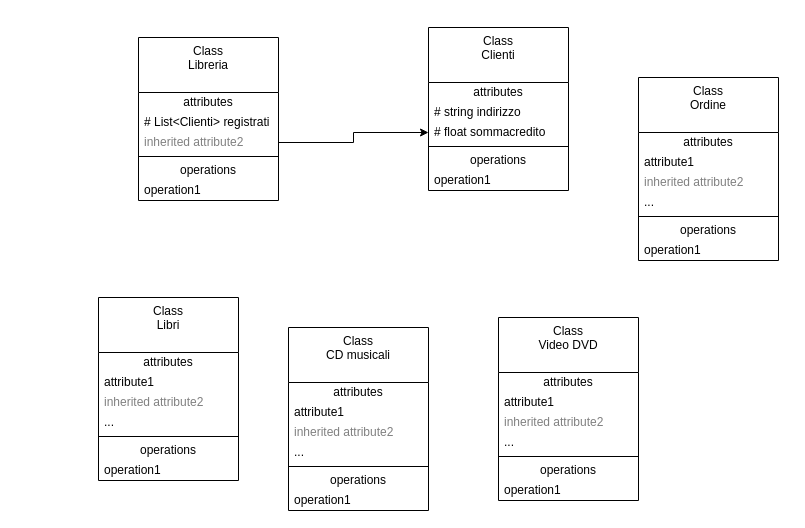
Above: Diagramma senza titolo.drawio in LuciaFornasier/luciafrornasieres8 (draw.io), before the change. Source tidied: cells renumbered, new cells numbered last; positions are measured from the earlier drawing's top-left corner, leaving out a move shared by most shapes. Both pictures are drawn from the tidied source at 100%, with x=0, y=0 at pixel (98, 27).
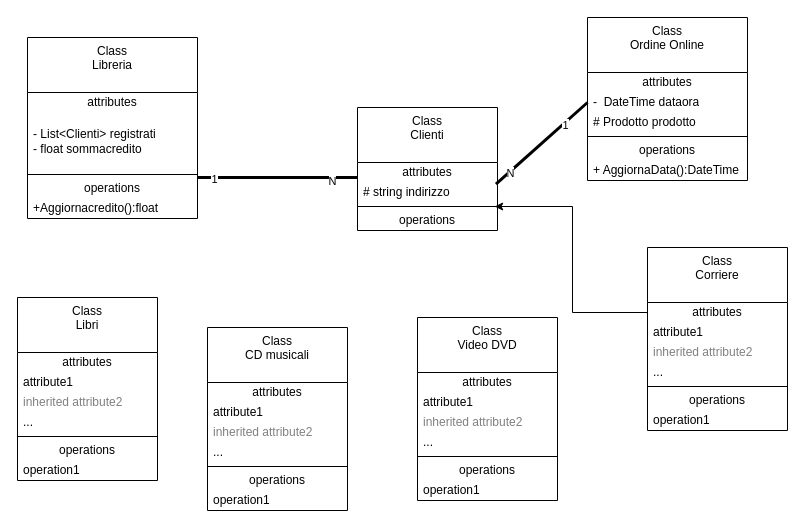
The same diagram, later.

Unchanged cells that the change refers to:
```xml
<mxCell id="11" value="# string indirizzo" style="text;html=1;strokeColor=none;fillColor=none;align=left;verticalAlign=middle;spacingLeft=4;spacingRight=4;overflow=hidden;points=[[0,0.5],[1,0.5]];portConstraint=eastwest;whiteSpace=wrap;" parent="9" vertex="1">
  <mxGeometry y="75" width="140" height="20" as="geometry" />
</mxCell>
```

What changed in the source:
```diff
@@
     <mxCell id="2" value="Class&lt;div&gt;Libreria&lt;/div&gt;" style="swimlane;fontStyle=0;align=center;verticalAlign=top;horizontal=1;startSize=55;html=1;whiteSpace=wrap;" parent="1" vertex="1">
-      <mxGeometry x="40" y="10" width="140" height="163" as="geometry" />
+      <mxGeometry x="-71" y="10" width="170" height="181" as="geometry" />
     </mxCell>
     <mxCell id="3" value="attributes" style="text;html=1;strokeColor=none;fillColor=none;align=center;verticalAlign=middle;spacingLeft=4;spacingRight=4;overflow=hidden;whiteSpace=wrap;" parent="2" vertex="1">
-      <mxGeometry y="55" width="140" height="20" as="geometry" />
+      <mxGeometry y="55" width="170" height="20" as="geometry" />
     </mxCell>
-    <mxCell id="4" value="# List&amp;lt;Clienti&amp;gt; registrati&lt;div&gt;&lt;br&gt;&lt;/div&gt;" style="text;html=1;strokeColor=none;fillColor=none;align=left;verticalAlign=middle;spacingLeft=4;spacingRight=4;overflow=hidden;whiteSpace=wrap;" parent="2" vertex="1">
-      <mxGeometry y="75" width="140" height="20" as="geometry" />
+    <mxCell id="4" value="- List&amp;lt;Clienti&amp;gt; registrati&lt;div&gt;- float sommacredito&lt;/div&gt;" style="text;html=1;strokeColor=none;fillColor=none;align=left;verticalAlign=middle;spacingLeft=4;spacingRight=4;overflow=hidden;whiteSpace=wrap;" parent="2" vertex="1">
+      <mxGeometry y="75" width="170" height="58" as="geometry" />
     </mxCell>
-    <mxCell id="5" value="inherited attribute2" style="text;html=1;strokeColor=none;fillColor=none;align=left;verticalAlign=middle;spacingLeft=4;spacingRight=4;overflow=hidden;points=[[0,0.5],[1,0.5]];portConstraint=eastwest;fontColor=#808080;whiteSpace=wrap;" parent="2" vertex="1">
-      <mxGeometry y="95" width="140" height="20" as="geometry" />
-    </mxCell>
     <mxCell id="6" style="line;strokeWidth=1;fillColor=none;align=left;verticalAlign=middle;spacingTop=-1;spacingLeft=3;spacingRight=3;labelPosition=right;" parent="2" vertex="1">
-      <mxGeometry y="115" width="140" height="8" as="geometry" />
+      <mxGeometry y="133" width="170" height="8" as="geometry" />
     </mxCell>
     <mxCell id="7" value="operations" style="text;html=1;strokeColor=none;fillColor=none;align=center;verticalAlign=middle;spacingLeft=4;spacingRight=4;overflow=hidden;whiteSpace=wrap;" parent="2" vertex="1">
-      <mxGeometry y="123" width="140" height="20" as="geometry" />
+      <mxGeometry y="141" width="170" height="20" as="geometry" />
     </mxCell>
-    <mxCell id="8" value="operation1" style="text;html=1;strokeColor=none;fillColor=none;align=left;verticalAlign=middle;spacingLeft=4;spacingRight=4;overflow=hidden;whiteSpace=wrap;" parent="2" vertex="1">
-      <mxGeometry y="143" width="140" height="20" as="geometry" />
+    <mxCell id="8" value="+Aggiornacredito():float" style="text;html=1;strokeColor=none;fillColor=none;align=left;verticalAlign=middle;spacingLeft=4;spacingRight=4;overflow=hidden;whiteSpace=wrap;" parent="2" vertex="1">
+      <mxGeometry y="161" width="170" height="20" as="geometry" />
     </mxCell>
     <mxCell id="9" value="Class&lt;div&gt;Clienti&lt;/div&gt;" style="swimlane;fontStyle=0;align=center;verticalAlign=top;horizontal=1;startSize=55;html=1;whiteSpace=wrap;" parent="1" vertex="1">
-      <mxGeometry x="330" width="140" height="163" as="geometry" />
+      <mxGeometry x="259" y="80" width="140" height="123" as="geometry" />
     </mxCell>
@@
-    <mxCell id="12" value="# float sommacredito" style="text;html=1;strokeColor=none;fillColor=none;align=left;verticalAlign=middle;spacingLeft=4;spacingRight=4;overflow=hidden;points=[[0,0.5],[1,0.5]];portConstraint=eastwest;whiteSpace=wrap;" parent="9" vertex="1">
-      <mxGeometry y="95" width="140" height="20" as="geometry" />
-    </mxCell>
     <mxCell id="13" style="line;strokeWidth=1;fillColor=none;align=left;verticalAlign=middle;spacingTop=-1;spacingLeft=3;spacingRight=3;labelPosition=right;" parent="9" vertex="1">
-      <mxGeometry y="115" width="140" height="8" as="geometry" />
+      <mxGeometry y="95" width="140" height="8" as="geometry" />
     </mxCell>
     <mxCell id="14" value="operations" style="text;html=1;strokeColor=none;fillColor=none;align=center;verticalAlign=middle;spacingLeft=4;spacingRight=4;overflow=hidden;points=[[0,0.5],[1,0.5]];portConstraint=eastwest;whiteSpace=wrap;" parent="9" vertex="1">
-      <mxGeometry y="123" width="140" height="20" as="geometry" />
+      <mxGeometry y="103" width="140" height="20" as="geometry" />
     </mxCell>
-    <mxCell id="15" value="operation1" style="text;html=1;strokeColor=none;fillColor=none;align=left;verticalAlign=middle;spacingLeft=4;spacingRight=4;overflow=hidden;whiteSpace=wrap;" parent="9" vertex="1">
-      <mxGeometry y="143" width="140" height="20" as="geometry" />
-    </mxCell>
-    <mxCell id="16" style="edgeStyle=orthogonalEdgeStyle;rounded=0;jettySize=auto;html=1;entryX=0;entryY=0.5;entryDx=0;entryDy=0;" parent="1" edge="1" source="5" target="12">
-      <mxGeometry relative="1" as="geometry" />
-    </mxCell>
     <mxCell id="17" value="Class&lt;div&gt;Libri&lt;/div&gt;" style="swimlane;fontStyle=0;align=center;verticalAlign=top;horizontal=1;startSize=55;html=1;whiteSpace=wrap;" parent="1" vertex="1">
-      <mxGeometry y="270" width="140" height="183" as="geometry" />
+      <mxGeometry x="-81" y="270" width="140" height="183" as="geometry" />
     </mxCell>
@@
     <mxCell id="25" value="Class&lt;div&gt;CD musicali&lt;/div&gt;" style="swimlane;fontStyle=0;align=center;verticalAlign=top;horizontal=1;startSize=55;html=1;whiteSpace=wrap;" parent="1" vertex="1">
-      <mxGeometry x="190" y="300" width="140" height="183" as="geometry" />
+      <mxGeometry x="109" y="300" width="140" height="183" as="geometry" />
     </mxCell>
@@
     <mxCell id="33" value="Class&lt;div&gt;Video DVD&lt;/div&gt;" style="swimlane;fontStyle=0;align=center;verticalAlign=top;horizontal=1;startSize=55;html=1;whiteSpace=wrap;" parent="1" vertex="1">
-      <mxGeometry x="400" y="290" width="140" height="183" as="geometry" />
+      <mxGeometry x="319" y="290" width="140" height="183" as="geometry" />
     </mxCell>
@@
-    <mxCell id="41" value="Class&lt;div&gt;Ordine&lt;/div&gt;" style="swimlane;fontStyle=0;align=center;verticalAlign=top;horizontal=1;startSize=55;html=1;whiteSpace=wrap;" parent="1" vertex="1">
-      <mxGeometry x="540" y="50" width="140" height="183" as="geometry" />
+    <mxCell id="41" value="Class&lt;div&gt;Ordine Online&lt;/div&gt;" style="swimlane;fontStyle=0;align=center;verticalAlign=top;horizontal=1;startSize=55;html=1;whiteSpace=wrap;" parent="1" vertex="1">
+      <mxGeometry x="489" y="-10" width="160" height="163" as="geometry" />
     </mxCell>
     <mxCell id="42" value="attributes" style="text;html=1;strokeColor=none;fillColor=none;align=center;verticalAlign=middle;spacingLeft=4;spacingRight=4;overflow=hidden;whiteSpace=wrap;" parent="41" vertex="1">
-      <mxGeometry y="55" width="140" height="20" as="geometry" />
+      <mxGeometry y="55" width="160" height="20" as="geometry" />
     </mxCell>
-    <mxCell id="43" value="attribute1" style="text;html=1;strokeColor=none;fillColor=none;align=left;verticalAlign=middle;spacingLeft=4;spacingRight=4;overflow=hidden;points=[[0,0.5],[1,0.5]];portConstraint=eastwest;whiteSpace=wrap;" parent="41" vertex="1">
-      <mxGeometry y="75" width="140" height="20" as="geometry" />
+    <mxCell id="43" value="-&amp;nbsp; DateTime dataora" style="text;html=1;strokeColor=none;fillColor=none;align=left;verticalAlign=middle;spacingLeft=4;spacingRight=4;overflow=hidden;points=[[0,0.5],[1,0.5]];portConstraint=eastwest;whiteSpace=wrap;" parent="41" vertex="1">
+      <mxGeometry y="75" width="160" height="20" as="geometry" />
     </mxCell>
-    <mxCell id="44" value="inherited attribute2" style="text;html=1;strokeColor=none;fillColor=none;align=left;verticalAlign=middle;spacingLeft=4;spacingRight=4;overflow=hidden;fontColor=#808080;whiteSpace=wrap;" parent="41" vertex="1">
-      <mxGeometry y="95" width="140" height="20" as="geometry" />
-    </mxCell>
-    <mxCell id="45" value="..." style="text;html=1;strokeColor=none;fillColor=none;align=left;verticalAlign=middle;spacingLeft=4;spacingRight=4;overflow=hidden;whiteSpace=wrap;" parent="41" vertex="1">
-      <mxGeometry y="115" width="140" height="20" as="geometry" />
+    <mxCell id="45" value="# Prodotto prodotto&lt;div&gt;&lt;br&gt;&lt;/div&gt;" style="text;html=1;strokeColor=none;fillColor=none;align=left;verticalAlign=middle;spacingLeft=4;spacingRight=4;overflow=hidden;whiteSpace=wrap;" parent="41" vertex="1">
+      <mxGeometry y="95" width="160" height="20" as="geometry" />
     </mxCell>
     <mxCell id="46" style="line;strokeWidth=1;fillColor=none;align=left;verticalAlign=middle;spacingTop=-1;spacingLeft=3;spacingRight=3;labelPosition=right;" parent="41" vertex="1">
-      <mxGeometry y="135" width="140" height="8" as="geometry" />
+      <mxGeometry y="115" width="160" height="8" as="geometry" />
     </mxCell>
     <mxCell id="47" value="operations" style="text;html=1;strokeColor=none;fillColor=none;align=center;verticalAlign=middle;spacingLeft=4;spacingRight=4;overflow=hidden;whiteSpace=wrap;" parent="41" vertex="1">
-      <mxGeometry y="143" width="140" height="20" as="geometry" />
+      <mxGeometry y="123" width="160" height="20" as="geometry" />
     </mxCell>
-    <mxCell id="48" value="operation1" style="text;html=1;strokeColor=none;fillColor=none;align=left;verticalAlign=middle;spacingLeft=4;spacingRight=4;overflow=hidden;whiteSpace=wrap;" parent="41" vertex="1">
-      <mxGeometry y="163" width="140" height="20" as="geometry" />
+    <mxCell id="48" value="+ AggiornaData():DateTime" style="text;html=1;strokeColor=none;fillColor=none;align=left;verticalAlign=middle;spacingLeft=4;spacingRight=4;overflow=hidden;whiteSpace=wrap;" parent="41" vertex="1">
+      <mxGeometry y="143" width="160" height="20" as="geometry" />
     </mxCell>
+    <mxCell id="49" style="endArrow=none;startArrow=none;endFill=0;startFill=0;endSize=8;html=1;verticalAlign=bottom;labelBackgroundColor=none;strokeWidth=3;rounded=0;exitX=0.989;exitY=0.08;exitDx=0;exitDy=0;exitPerimeter=0;entryX=0;entryY=0.5;entryDx=0;entryDy=0;" parent="1" edge="1" source="11" target="43">
+      <mxGeometry relative="1" as="geometry" />
+    </mxCell>
+    <mxCell id="50" value="N" style="edgeLabel;html=1;align=center;verticalAlign=middle;" parent="49" vertex="1">
+      <mxGeometry x="-0.71" y="-1" relative="1" as="geometry" />
+    </mxCell>
+    <mxCell id="51" value="1" style="edgeLabel;html=1;align=center;verticalAlign=middle;" parent="49" vertex="1">
+      <mxGeometry x="0.48" y="-2" relative="1" as="geometry" />
+    </mxCell>
+    <mxCell id="52" style="endArrow=none;startArrow=none;endFill=0;startFill=0;endSize=8;html=1;verticalAlign=bottom;labelBackgroundColor=none;strokeWidth=3;rounded=0;" parent="1" edge="1">
+      <mxGeometry relative="1" as="geometry">
+        <mxPoint x="99" y="150" as="sourcePoint" />
+        <mxPoint x="259" y="150" as="targetPoint" />
+      </mxGeometry>
+    </mxCell>
+    <mxCell id="53" value="1" style="edgeLabel;html=1;align=center;verticalAlign=middle;" parent="52" vertex="1">
+      <mxGeometry x="-0.8" y="-1" relative="1" as="geometry" />
+    </mxCell>
+    <mxCell id="54" value="N" style="edgeLabel;html=1;align=center;verticalAlign=middle;" parent="52" vertex="1">
+      <mxGeometry x="0.67" y="-3" relative="1" as="geometry" />
+    </mxCell>
+    <mxCell id="55" value="Class&lt;div&gt;Corriere&lt;/div&gt;" style="swimlane;fontStyle=0;align=center;verticalAlign=top;horizontal=1;startSize=55;html=1;whiteSpace=wrap;" parent="1" vertex="1">
+      <mxGeometry x="549" y="220" width="140" height="183" as="geometry" />
+    </mxCell>
+    <mxCell id="56" value="attributes" style="text;html=1;strokeColor=none;fillColor=none;align=center;verticalAlign=middle;spacingLeft=4;spacingRight=4;overflow=hidden;points=[[0,0.5],[1,0.5]];portConstraint=eastwest;whiteSpace=wrap;" parent="55" vertex="1">
+      <mxGeometry y="55" width="140" height="20" as="geometry" />
+    </mxCell>
+    <mxCell id="57" value="attribute1" style="text;html=1;strokeColor=none;fillColor=none;align=left;verticalAlign=middle;spacingLeft=4;spacingRight=4;overflow=hidden;whiteSpace=wrap;" parent="55" vertex="1">
+      <mxGeometry y="75" width="140" height="20" as="geometry" />
+    </mxCell>
+    <mxCell id="58" value="inherited attribute2" style="text;html=1;strokeColor=none;fillColor=none;align=left;verticalAlign=middle;spacingLeft=4;spacingRight=4;overflow=hidden;fontColor=#808080;whiteSpace=wrap;" parent="55" vertex="1">
+      <mxGeometry y="95" width="140" height="20" as="geometry" />
+    </mxCell>
+    <mxCell id="59" value="..." style="text;html=1;strokeColor=none;fillColor=none;align=left;verticalAlign=middle;spacingLeft=4;spacingRight=4;overflow=hidden;whiteSpace=wrap;" parent="55" vertex="1">
+      <mxGeometry y="115" width="140" height="20" as="geometry" />
+    </mxCell>
+    <mxCell id="60" style="line;strokeWidth=1;fillColor=none;align=left;verticalAlign=middle;spacingTop=-1;spacingLeft=3;spacingRight=3;labelPosition=right;" parent="55" vertex="1">
+      <mxGeometry y="135" width="140" height="8" as="geometry" />
+    </mxCell>
+    <mxCell id="61" value="operations" style="text;html=1;strokeColor=none;fillColor=none;align=center;verticalAlign=middle;spacingLeft=4;spacingRight=4;overflow=hidden;whiteSpace=wrap;" parent="55" vertex="1">
+      <mxGeometry y="143" width="140" height="20" as="geometry" />
+    </mxCell>
+    <mxCell id="15" value="operation1" style="text;html=1;strokeColor=none;fillColor=none;align=left;verticalAlign=middle;spacingLeft=4;spacingRight=4;overflow=hidden;whiteSpace=wrap;" parent="55" vertex="1">
+      <mxGeometry y="163" width="140" height="20" as="geometry" />
+    </mxCell>
+    <mxCell id="62" style="edgeStyle=orthogonalEdgeStyle;rounded=0;jettySize=auto;html=1;entryX=0.98;entryY=-0.2;entryDx=0;entryDy=0;entryPerimeter=0;" parent="1" edge="1" source="56" target="14">
+      <mxGeometry relative="1" as="geometry" />
+    </mxCell>
```
